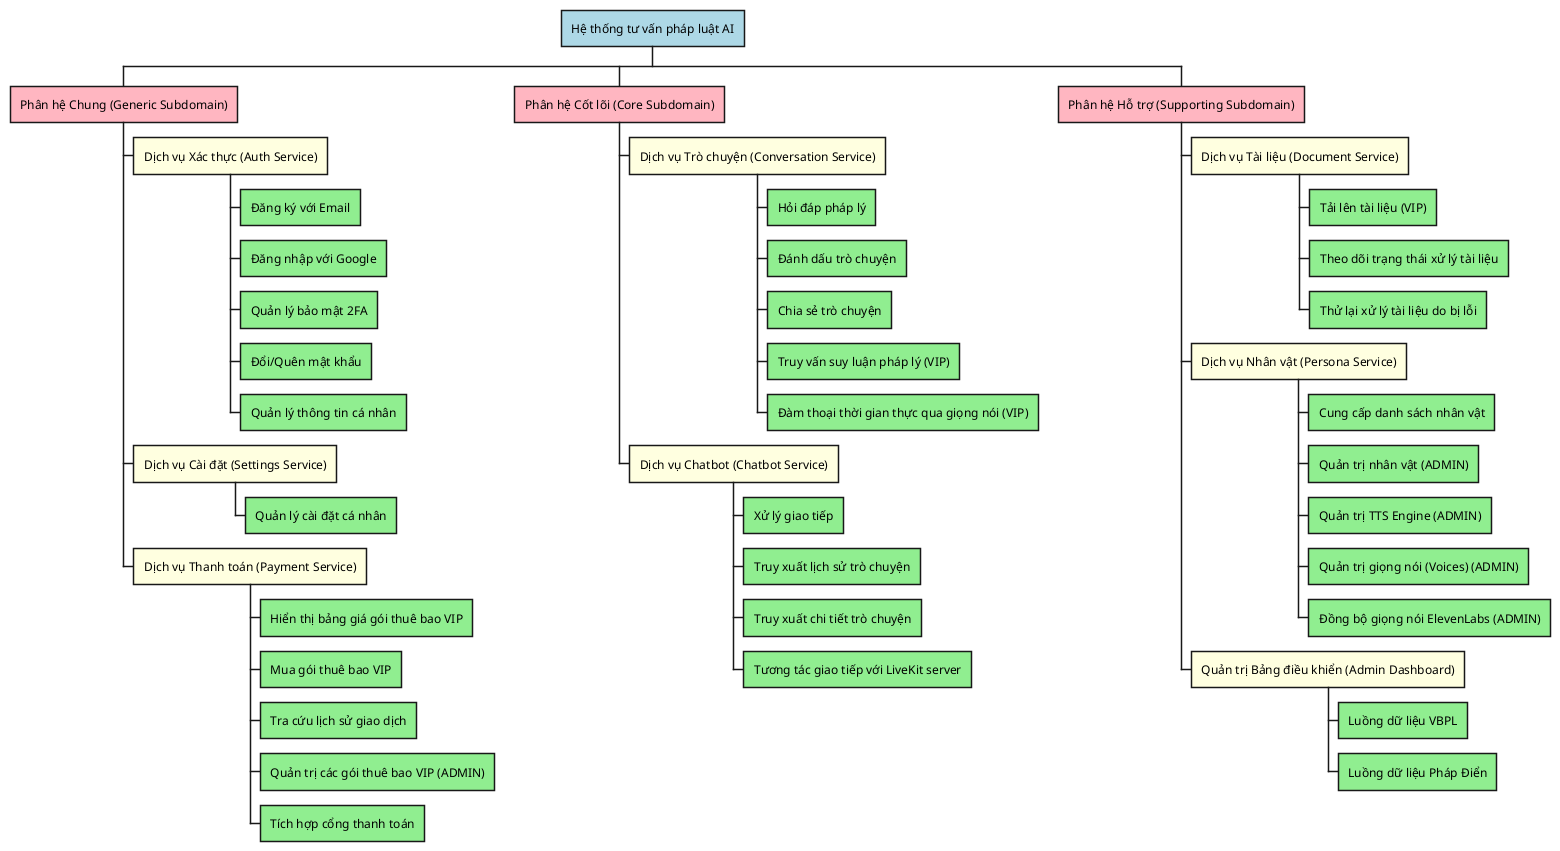
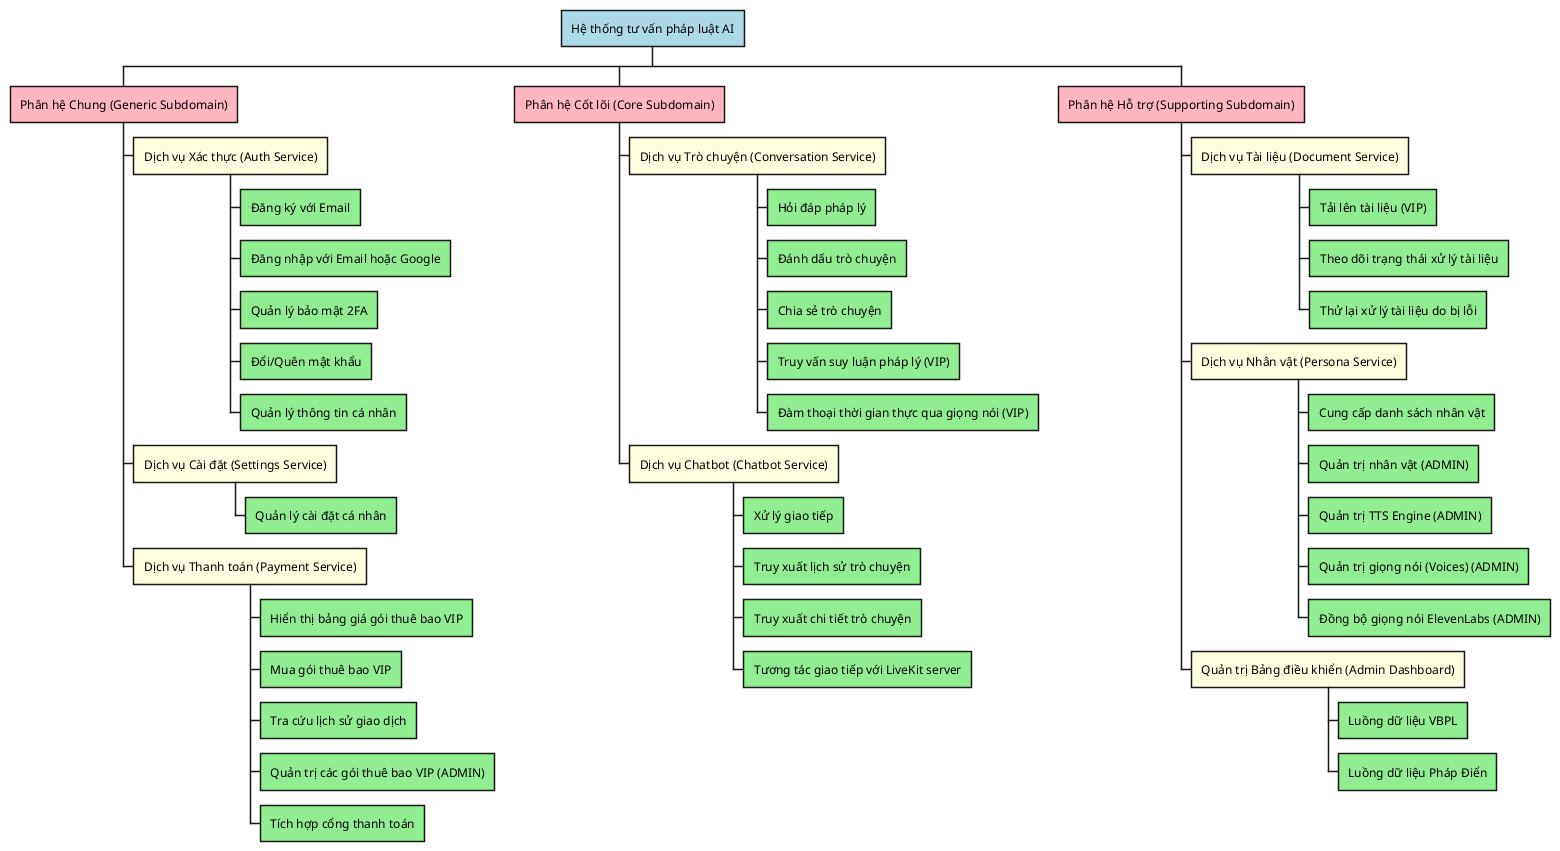
@startwbs
<style>
wbsDiagram {
  :depth(0) {
    BackgroundColor LightBlue
  }
  :depth(1) {
    BackgroundColor LightPink
  }
  :depth(2) {
    BackgroundColor LightYellow
  }
  :depth(3) {
    BackgroundColor LightGreen
  }
}
</style>

* Hệ thống tư vấn pháp luật AI

** Phân hệ Chung (Generic Subdomain)
*** Dịch vụ Xác thực (Auth Service)
**** Đăng ký với Email
- **** Đăng nhập với Google
+ **** Đăng nhập với Email hoặc Google
**** Quản lý bảo mật 2FA
**** Đổi/Quên mật khẩu
**** Quản lý thông tin cá nhân
*** Dịch vụ Cài đặt (Settings Service)
**** Quản lý cài đặt cá nhân
*** Dịch vụ Thanh toán (Payment Service)
**** Hiển thị bảng giá gói thuê bao VIP
**** Mua gói thuê bao VIP
**** Tra cứu lịch sử giao dịch
**** Quản trị các gói thuê bao VIP (ADMIN)
**** Tích hợp cổng thanh toán

** Phân hệ Cốt lõi (Core Subdomain)
*** Dịch vụ Trò chuyện (Conversation Service)
**** Hỏi đáp pháp lý
**** Đánh dấu trò chuyện
**** Chia sẻ trò chuyện
**** Truy vấn suy luận pháp lý (VIP)
**** Đàm thoại thời gian thực qua giọng nói (VIP)
*** Dịch vụ Chatbot (Chatbot Service)
**** Xử lý giao tiếp
**** Truy xuất lịch sử trò chuyện
**** Truy xuất chi tiết trò chuyện
**** Tương tác giao tiếp với LiveKit server

** Phân hệ Hỗ trợ (Supporting Subdomain)
*** Dịch vụ Tài liệu (Document Service)
**** Tải lên tài liệu (VIP)
**** Theo dõi trạng thái xử lý tài liệu
**** Thử lại xử lý tài liệu do bị lỗi
*** Dịch vụ Nhân vật (Persona Service)
**** Cung cấp danh sách nhân vật
**** Quản trị nhân vật (ADMIN)
**** Quản trị TTS Engine (ADMIN)
**** Quản trị giọng nói (Voices) (ADMIN)
**** Đồng bộ giọng nói ElevenLabs (ADMIN)
*** Quản trị Bảng điều khiển (Admin Dashboard)
**** Luồng dữ liệu VBPL
**** Luồng dữ liệu Pháp Điển
@endwbs
